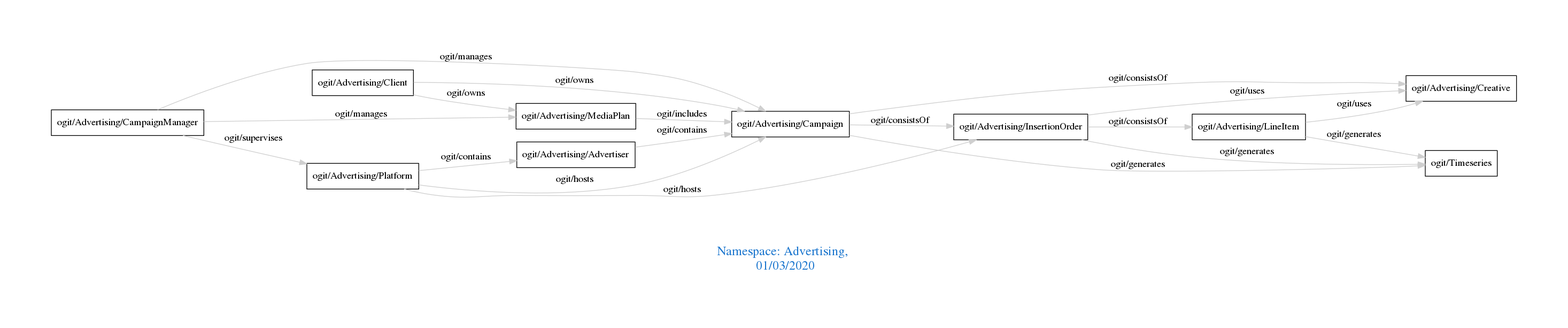
Earlier version of the Graphviz export downloads/Advertising.png (arago/OGIT). Its source is kept beside it as downloads/Advertising.dot.
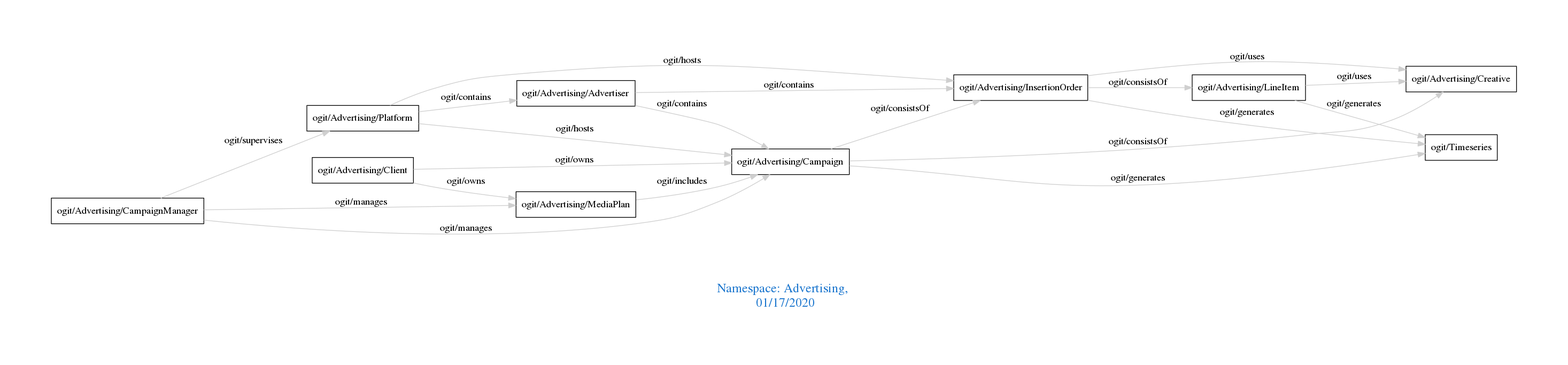
After the change.

Change to the diagram source:
```diff
@@ -1,11 +1,12 @@
 digraph OGIT_ontology {
  graph [ rankdir= LR,pad=1
 fontsize = 18,
-fontcolor= dodgerblue3,label = "\n\n\nNamespace: Advertising, \n 01/03/2020"];
+fontcolor= dodgerblue3,label = "\n\n\nNamespace: Advertising, \n 01/17/2020"];
 node[shape=polygon];
 edge [  color="gray81"];
 
    "ogit/Advertising/Advertiser" -> "ogit/Advertising/Campaign" [label="   ogit/contains    "];
+   "ogit/Advertising/Advertiser" -> "ogit/Advertising/InsertionOrder" [label="   ogit/contains    "];
    "ogit/Advertising/Platform" -> "ogit/Advertising/Advertiser" [label="   ogit/contains    "];
    "ogit/Advertising/CampaignManager" -> "ogit/Advertising/MediaPlan" [label="   ogit/manages    "];
    "ogit/Advertising/CampaignManager" -> "ogit/Advertising/Campaign" [label="   ogit/manages    "];
```
